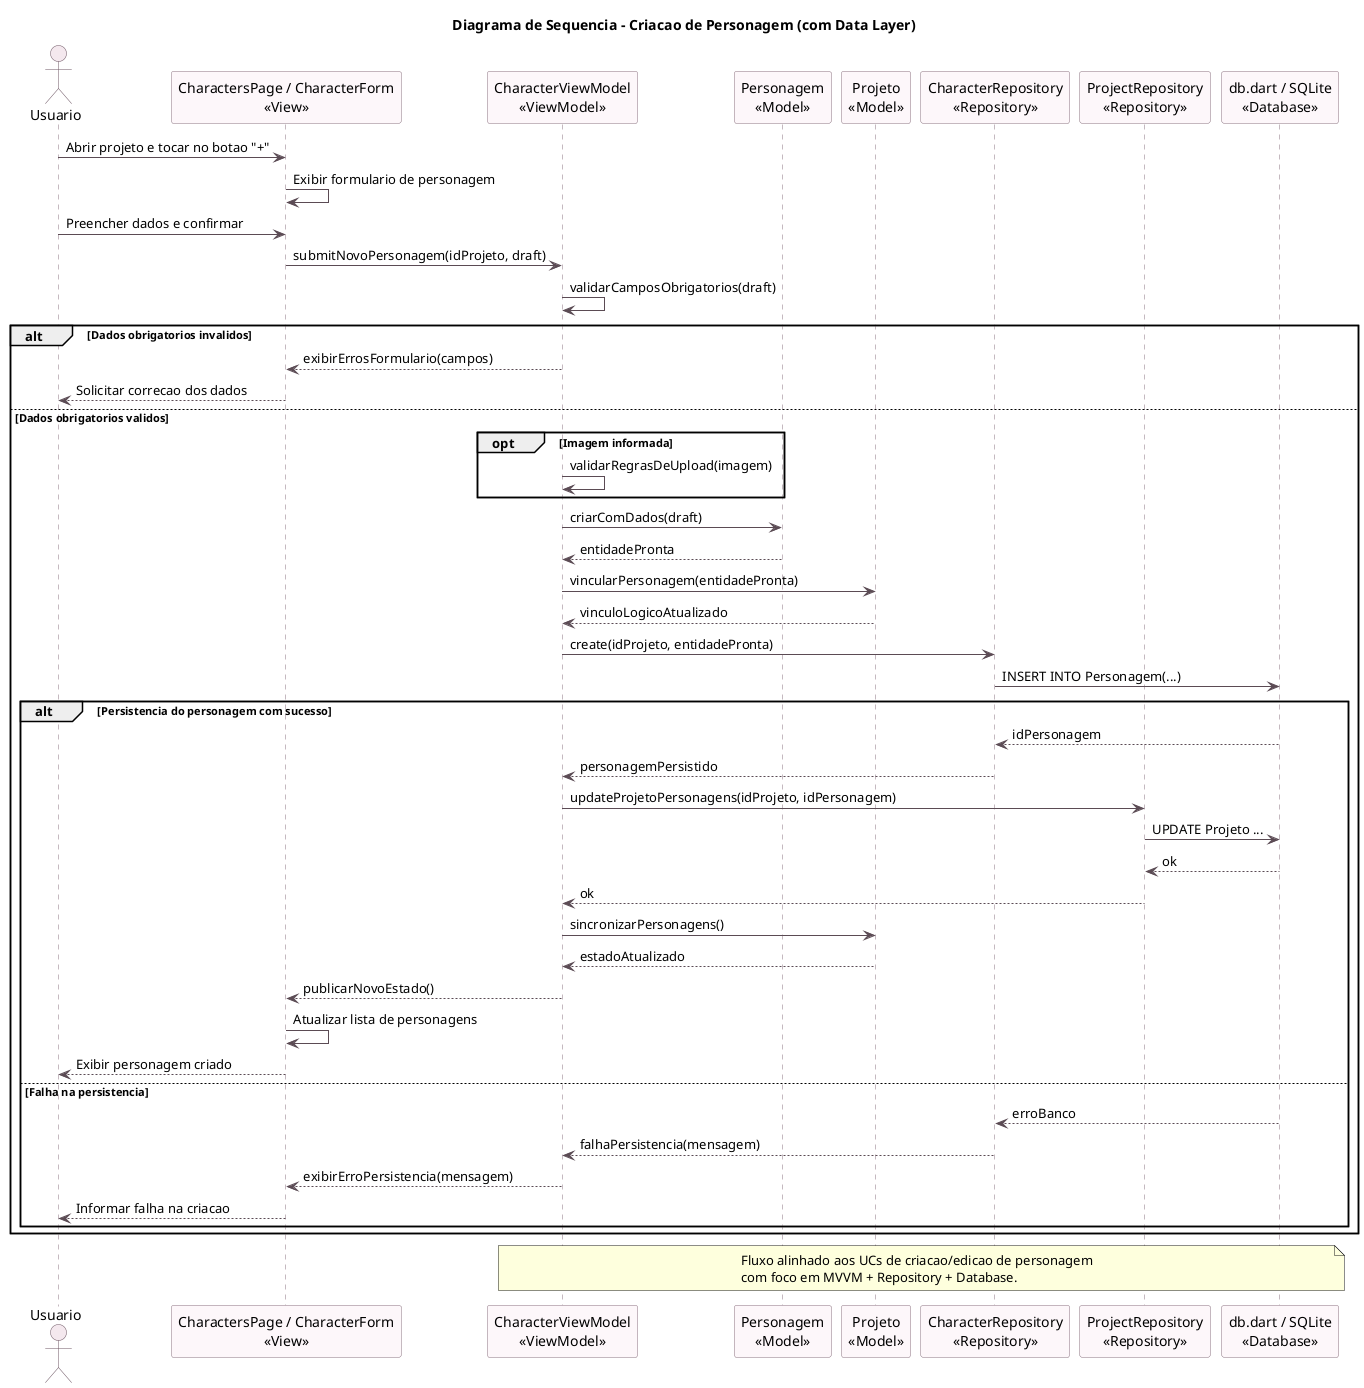
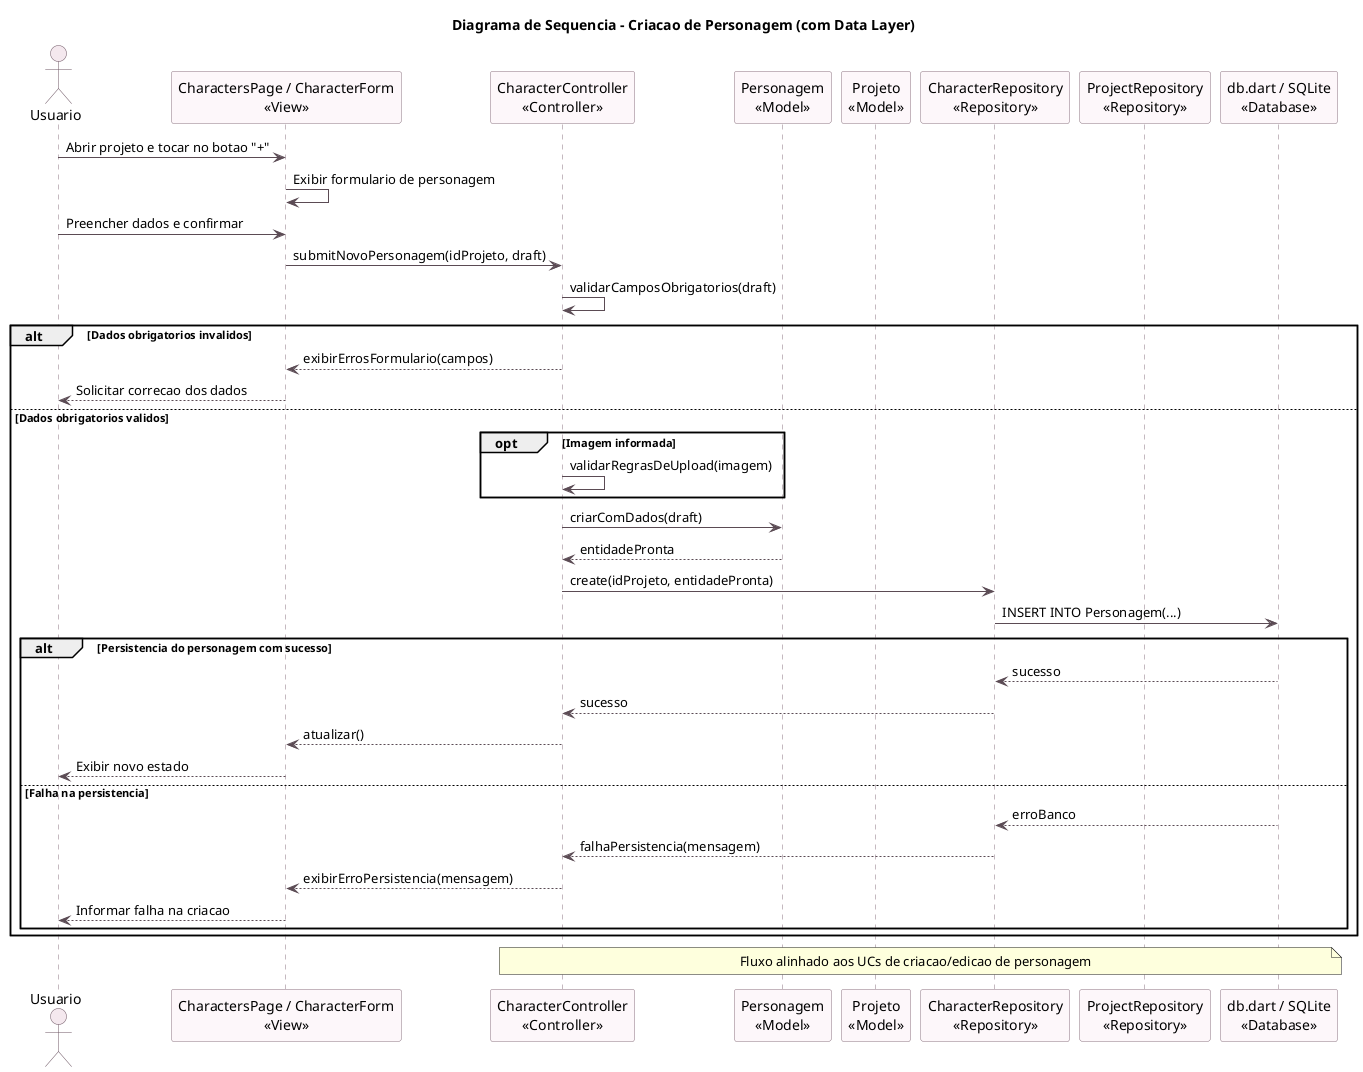
@startuml Diagrama de Sequencia - Criacao de Personagem

title Diagrama de Sequencia - Criacao de Personagem (com Data Layer)

skinparam backgroundColor white
skinparam sequence {
    ArrowColor #5B4B54
    LifeLineBorderColor #8B7380
    LifeLineBackgroundColor #F8F2F5
    ParticipantBorderColor #8B7380
    ParticipantBackgroundColor #FDF7FA
    ActorBorderColor #6C5562
    ActorBackgroundColor #F4E8EE
}

actor "Usuario" as Usuario

participant "CharactersPage / CharacterForm\n<<View>>" as CharacterView
- participant "CharacterViewModel\n<<ViewModel>>" as CharacterVM
+ participant "CharacterController\n<<Controller>>" as CharacterCtrl
participant "Personagem\n<<Model>>" as Personagem
participant "Projeto\n<<Model>>" as Projeto
participant "CharacterRepository\n<<Repository>>" as CharacterRepository
participant "ProjectRepository\n<<Repository>>" as ProjectRepository
participant "db.dart / SQLite\n<<Database>>" as SQLiteDB

Usuario -> CharacterView: Abrir projeto e tocar no botao "+"
CharacterView -> CharacterView: Exibir formulario de personagem
Usuario -> CharacterView: Preencher dados e confirmar

- CharacterView -> CharacterVM: submitNovoPersonagem(idProjeto, draft)
- CharacterVM -> CharacterVM: validarCamposObrigatorios(draft)
+ CharacterView -> CharacterCtrl: submitNovoPersonagem(idProjeto, draft)
+ CharacterCtrl -> CharacterCtrl: validarCamposObrigatorios(draft)

alt Dados obrigatorios invalidos
-     CharacterVM --> CharacterView: exibirErrosFormulario(campos)
+     CharacterCtrl --> CharacterView: exibirErrosFormulario(campos)
    CharacterView --> Usuario: Solicitar correcao dos dados
else Dados obrigatorios validos
    opt Imagem informada
-         CharacterVM -> CharacterVM: validarRegrasDeUpload(imagem)
+         CharacterCtrl -> CharacterCtrl: validarRegrasDeUpload(imagem)
    end

-     CharacterVM -> Personagem: criarComDados(draft)
-     Personagem --> CharacterVM: entidadePronta
+     CharacterCtrl -> Personagem: criarComDados(draft)
+     Personagem --> CharacterCtrl: entidadePronta

-     CharacterVM -> Projeto: vincularPersonagem(entidadePronta)
-     Projeto --> CharacterVM: vinculoLogicoAtualizado
- 
-     CharacterVM -> CharacterRepository: create(idProjeto, entidadePronta)
+     CharacterCtrl -> CharacterRepository: create(idProjeto, entidadePronta)
    CharacterRepository -> SQLiteDB: INSERT INTO Personagem(...)

    alt Persistencia do personagem com sucesso
-         SQLiteDB --> CharacterRepository: idPersonagem
-         CharacterRepository --> CharacterVM: personagemPersistido
+         SQLiteDB --> CharacterRepository: sucesso
+         CharacterRepository --> CharacterCtrl: sucesso

-         CharacterVM -> ProjectRepository: updateProjetoPersonagens(idProjeto, idPersonagem)
-         ProjectRepository -> SQLiteDB: UPDATE Projeto ...
-         SQLiteDB --> ProjectRepository: ok
-         ProjectRepository --> CharacterVM: ok
- 
-         CharacterVM -> Projeto: sincronizarPersonagens()
-         Projeto --> CharacterVM: estadoAtualizado
-         CharacterVM --> CharacterView: publicarNovoEstado()
-         CharacterView -> CharacterView: Atualizar lista de personagens
-         CharacterView --> Usuario: Exibir personagem criado
+         CharacterCtrl --> CharacterView: atualizar()
+         CharacterView --> Usuario: Exibir novo estado
    else Falha na persistencia
        SQLiteDB --> CharacterRepository: erroBanco
-         CharacterRepository --> CharacterVM: falhaPersistencia(mensagem)
-         CharacterVM --> CharacterView: exibirErroPersistencia(mensagem)
+         CharacterRepository --> CharacterCtrl: falhaPersistencia(mensagem)
+         CharacterCtrl --> CharacterView: exibirErroPersistencia(mensagem)
        CharacterView --> Usuario: Informar falha na criacao
    end
end

- note over CharacterVM,SQLiteDB
+ note over CharacterCtrl,SQLiteDB
Fluxo alinhado aos UCs de criacao/edicao de personagem
- com foco em MVVM + Repository + Database.
end note

@enduml
